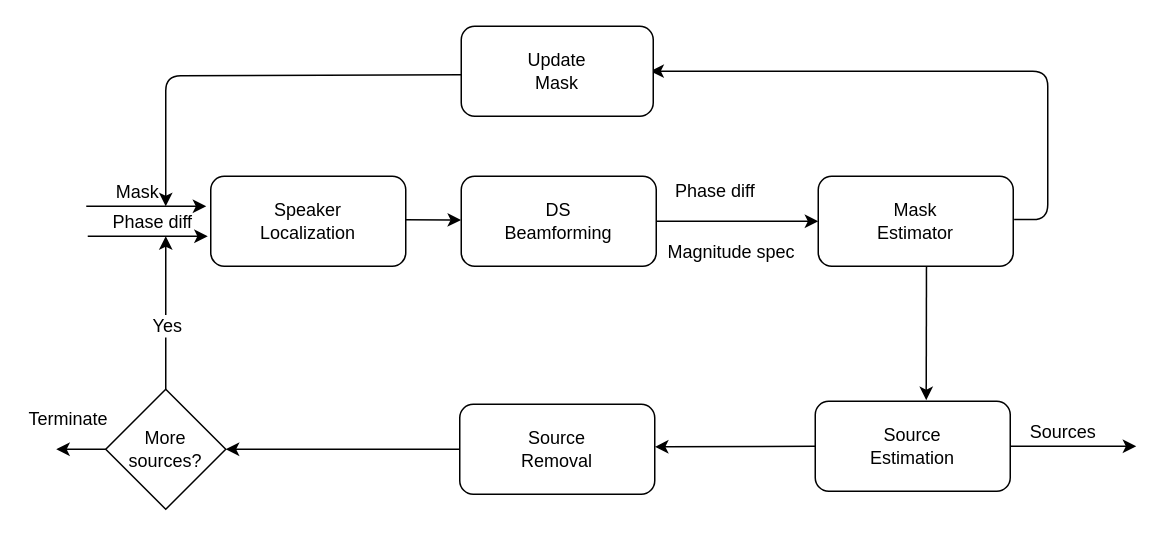
Earlier version of the draw.io diagram page "mask_loop_bigger" (3 of 3) of real_data_reording.drawio (sunits/Random). Source tidied: cells renumbered, new cells numbered last; positions are measured from the earlier drawing's top-left corner, leaving out a move shared by most shapes. Both pictures are drawn from the tidied source at 150%, with x=0, y=0 at pixel (26, 26).
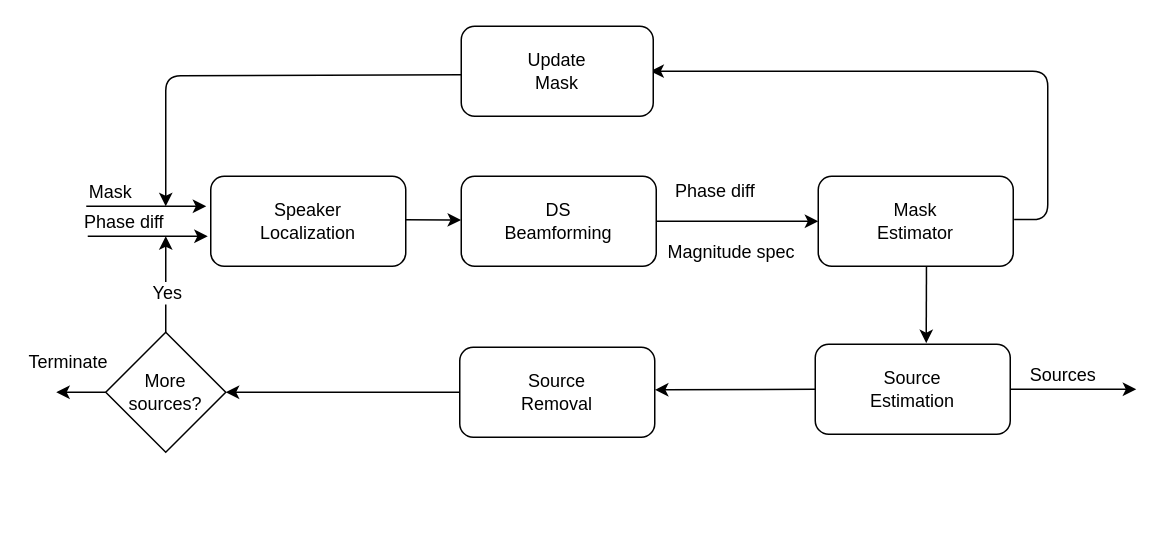
Above is the later version.

Unchanged cells that the change refers to:
```xml
<mxCell id="3" style="endArrow=classic;html=1;" parent="1" edge="1">
  <mxGeometry relative="1" as="geometry">
    <mxPoint x="40" y="120" as="sourcePoint" />
    <mxPoint x="120" y="120" as="targetPoint" />
  </mxGeometry>
</mxCell>
<mxCell id="5" style="endArrow=classic;html=1;" parent="1" edge="1">
  <mxGeometry relative="1" as="geometry">
    <mxPoint x="41" y="140" as="sourcePoint" />
    <mxPoint x="121" y="140" as="targetPoint" />
  </mxGeometry>
</mxCell>
```

What changed in the source:
```diff
@@
     <mxCell id="4" value="Mask" style="text;html=1;align=center;verticalAlign=middle;labelBackgroundColor=#ffffff;" parent="3" vertex="1">
       <mxGeometry x="0.15" y="1" relative="1" as="geometry">
-        <mxPoint x="-13" y="-9" as="offset" />
+        <mxPoint x="-31" y="-9" as="offset" />
       </mxGeometry>
     </mxCell>
@@
-    <mxCell id="6" value="Phase diff" style="text;html=1;align=center;verticalAlign=middle;labelBackgroundColor=#ffffff;" parent="5" vertex="1">
+    <mxCell id="6" value="Phase diff" style="text;html=1;align=center;verticalAlign=middle;labelBackgroundColor=#ffffff;direction=south;" parent="5" vertex="1">
       <mxGeometry x="-0.18" relative="1" as="geometry">
-        <mxPoint x="9.5" y="-10" as="offset" />
+        <mxPoint x="-9.5" y="-10" as="offset" />
       </mxGeometry>
     </mxCell>
@@
     <mxCell id="8" value="&lt;div&gt;Source&lt;/div&gt;&lt;div&gt;Estimation&lt;br&gt;&lt;/div&gt;" style="rounded=1;whiteSpace=wrap;html=1;" parent="1" vertex="1">
-      <mxGeometry x="526" y="250" width="130" height="60" as="geometry" />
+      <mxGeometry x="526" y="212" width="130" height="60" as="geometry" />
     </mxCell>
     <mxCell id="9" value="&lt;div&gt;Source&lt;/div&gt;Removal" style="rounded=1;whiteSpace=wrap;html=1;" parent="1" vertex="1">
-      <mxGeometry x="289" y="252" width="130" height="60" as="geometry" />
+      <mxGeometry x="289" y="214" width="130" height="60" as="geometry" />
     </mxCell>
@@
     <mxCell id="11" value="&lt;div&gt;More &lt;br&gt;&lt;/div&gt;&lt;div&gt;sources?&lt;/div&gt;" style="rhombus;whiteSpace=wrap;html=1;" parent="1" vertex="1">
-      <mxGeometry x="53" y="242" width="80" height="80" as="geometry" />
+      <mxGeometry x="53" y="204" width="80" height="80" as="geometry" />
     </mxCell>
     <mxCell id="12" value="&lt;font style=&quot;font-size: 12px&quot;&gt;Terminate&lt;/font&gt;" style="text;html=1;align=left;verticalAlign=top;spacingTop=-4;" parent="1" vertex="1">
-      <mxGeometry y="252" width="70" height="20" as="geometry" />
+      <mxGeometry y="214" width="70" height="20" as="geometry" />
     </mxCell>
@@
     <mxCell id="22" style="endArrow=classic;html=1;exitX=0;exitY=0.5;exitDx=0;exitDy=0;" parent="1" edge="1" source="11">
       <mxGeometry relative="1" as="geometry">
-        <mxPoint x="20" y="282" as="targetPoint" />
+        <mxPoint x="20" y="244" as="targetPoint" />
       </mxGeometry>
     </mxCell>
     <mxCell id="23" style="endArrow=classic;html=1;exitX=1;exitY=0.5;exitDx=0;exitDy=0;" parent="1" edge="1" source="8">
       <mxGeometry relative="1" as="geometry">
-        <mxPoint x="740" y="280" as="targetPoint" />
+        <mxPoint x="740" y="242" as="targetPoint" />
       </mxGeometry>
     </mxCell>
```
